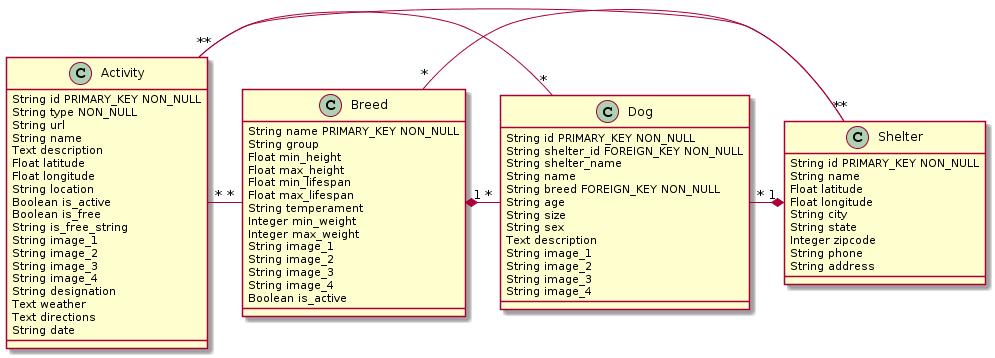
This is uml/models.png from Oceanwall/FindADogForMe, a PlantUML export, as it was before one commit.
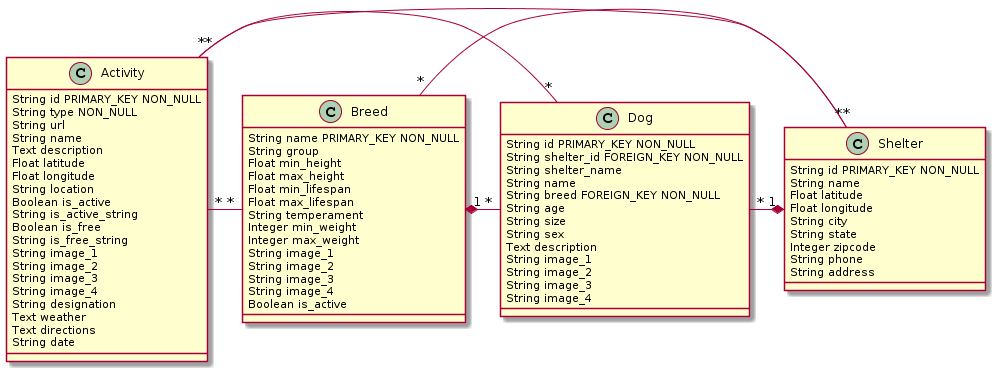
The same diagram one commit later.

Change to the diagram source:
```diff
@@ -16,6 +16,7 @@
     Float longitude
     String location
     Boolean is_active
+    String is_active_string
     Boolean is_free
     String is_free_string
     String image_1
```
